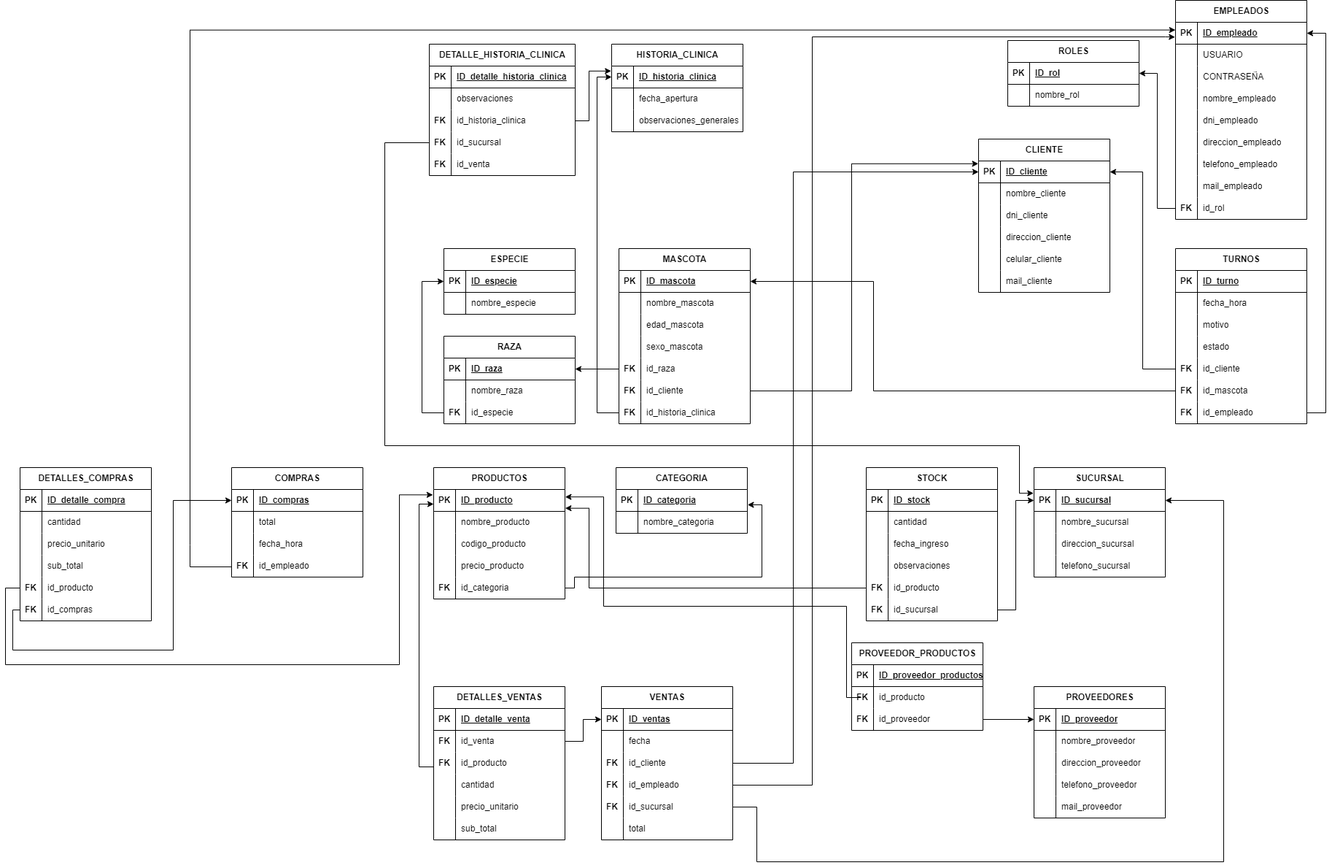
This is documentos/DER.drawio.png from Davidvg29/softvet, a draw.io export, as it was before one commit. Source tidied: cells renumbered, new cells last; positions are measured from the earlier drawing's top-left corner, leaving out a move shared by most shapes.
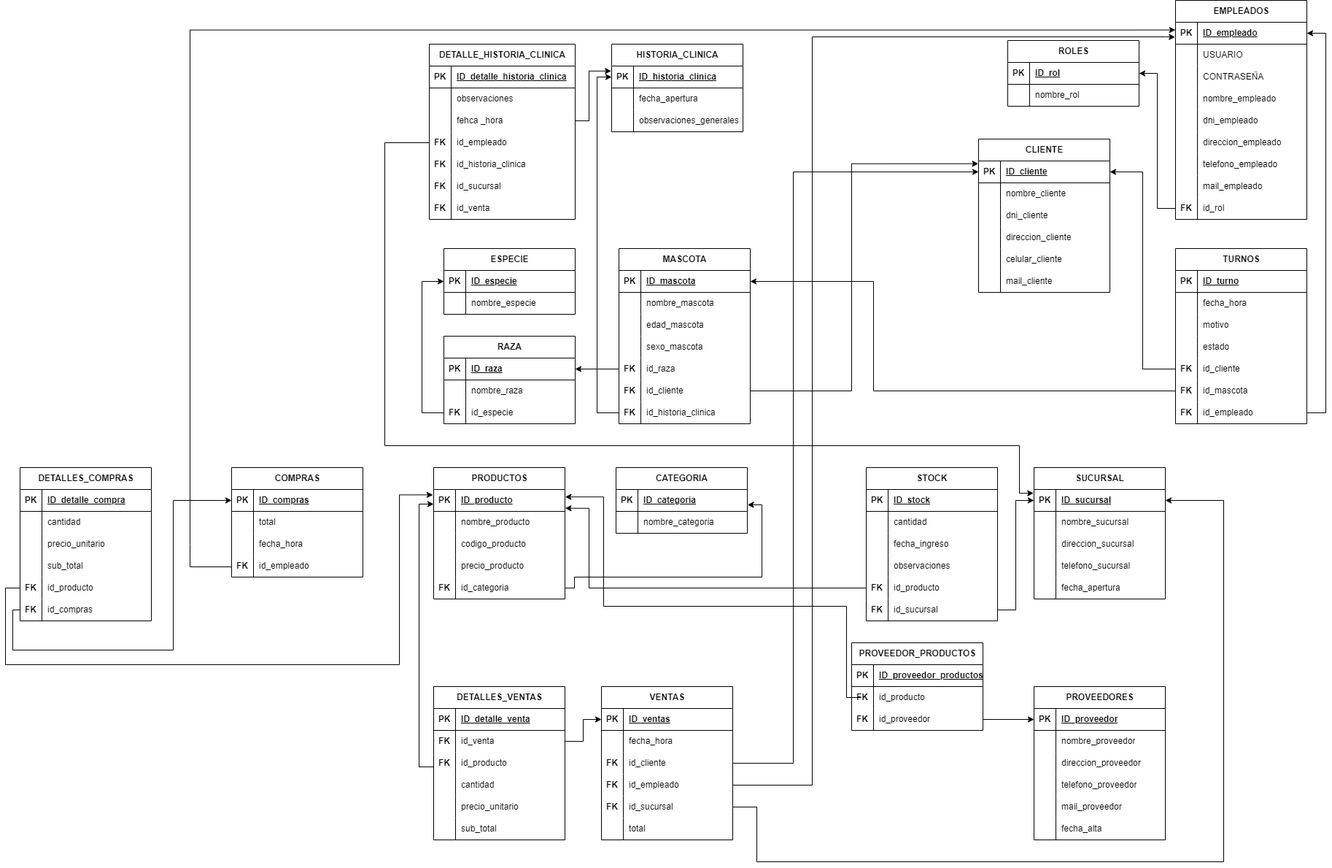
After the commit.

The edit, as a diff of the source:
```diff
@@ -174,7 +174,7 @@
       <mxGeometry x="30" width="150" height="30" as="geometry" />
     </mxCell>
     <mxCell id="59" value="PROVEEDORES" style="shape=table;startSize=30;rowLines=0;fontStyle=1;align=center;html=1;" parent="1" vertex="1">
-      <mxGeometry x="1410" y="940" width="180" height="180" as="geometry" />
+      <mxGeometry x="1410" y="940" width="180" height="210" as="geometry" />
     </mxCell>
     <mxCell id="60" style="shape=tableRow;horizontal=0;startSize=0;swimlaneHead=0;swimlaneBody=0;fillColor=none;points=[[0,0.5],[1,0.5]];portConstraint=eastwest;top=0;left=0;right=0;bottom=1;" parent="59" vertex="1">
       <mxGeometry y="30" width="180" height="30" as="geometry" />
@@ -221,8 +221,17 @@
     <mxCell id="74" value="mail_proveedor" style="shape=partialRectangle;fillColor=none;top=0;left=0;bottom=0;right=0;align=left;spacingLeft=6;overflow=hidden;whiteSpace=wrap;html=1;" parent="72" vertex="1">
       <mxGeometry x="30" width="150" height="30" as="geometry" />
     </mxCell>
+    <mxCell id="318" style="shape=tableRow;horizontal=0;startSize=0;swimlaneHead=0;swimlaneBody=0;fillColor=none;top=0;left=0;right=0;bottom=0;" parent="59" vertex="1">
+      <mxGeometry y="180" width="180" height="30" as="geometry" />
+    </mxCell>
+    <mxCell id="319" style="shape=partialRectangle;fillColor=none;top=0;left=0;bottom=0;right=0;overflow=hidden;whiteSpace=wrap;html=1;" parent="318" vertex="1">
+      <mxGeometry width="30" height="30" as="geometry" />
+    </mxCell>
+    <mxCell id="320" value="fecha_alta" style="shape=partialRectangle;fillColor=none;top=0;left=0;bottom=0;right=0;align=left;spacingLeft=6;overflow=hidden;whiteSpace=wrap;html=1;" parent="318" vertex="1">
+      <mxGeometry x="30" width="150" height="30" as="geometry" />
+    </mxCell>
     <mxCell id="75" value="SUCURSAL" style="shape=table;startSize=30;rowLines=0;fontStyle=1;align=center;html=1;" parent="1" vertex="1">
-      <mxGeometry x="1410" y="640" width="180" height="150" as="geometry" />
+      <mxGeometry x="1410" y="640" width="180" height="180" as="geometry" />
     </mxCell>
     <mxCell id="76" style="shape=tableRow;horizontal=0;startSize=0;swimlaneHead=0;swimlaneBody=0;fillColor=none;points=[[0,0.5],[1,0.5]];portConstraint=eastwest;top=0;left=0;right=0;bottom=1;" parent="75" vertex="1">
       <mxGeometry y="30" width="180" height="30" as="geometry" />
@@ -260,6 +269,15 @@
     <mxCell id="87" value="telefono_sucursal" style="shape=partialRectangle;fillColor=none;top=0;left=0;bottom=0;right=0;align=left;spacingLeft=6;overflow=hidden;whiteSpace=wrap;html=1;" parent="85" vertex="1">
       <mxGeometry x="30" width="150" height="30" as="geometry" />
     </mxCell>
+    <mxCell id="321" style="shape=tableRow;horizontal=0;startSize=0;swimlaneHead=0;swimlaneBody=0;fillColor=none;top=0;left=0;right=0;bottom=0;" parent="75" vertex="1">
+      <mxGeometry y="150" width="180" height="30" as="geometry" />
+    </mxCell>
+    <mxCell id="322" style="shape=partialRectangle;fillColor=none;top=0;left=0;bottom=0;right=0;overflow=hidden;whiteSpace=wrap;html=1;" parent="321" vertex="1">
+      <mxGeometry width="30" height="30" as="geometry" />
+    </mxCell>
+    <mxCell id="323" value="fecha_apertura" style="shape=partialRectangle;fillColor=none;top=0;left=0;bottom=0;right=0;align=left;spacingLeft=6;overflow=hidden;whiteSpace=wrap;html=1;" parent="321" vertex="1">
+      <mxGeometry x="30" width="150" height="30" as="geometry" />
+    </mxCell>
     <mxCell id="88" value="EMPLEADOS" style="shape=table;startSize=30;rowLines=0;fontStyle=1;align=center;html=1;" parent="1" vertex="1">
       <mxGeometry x="1604" width="180" height="300" as="geometry" />
     </mxCell>
@@ -362,7 +380,7 @@
     <mxCell id="121" style="shape=partialRectangle;fillColor=none;top=0;left=0;bottom=0;right=0;overflow=hidden;whiteSpace=wrap;html=1;" parent="120" vertex="1">
       <mxGeometry width="30" height="30" as="geometry" />
     </mxCell>
-    <mxCell id="122" value="fecha" style="shape=partialRectangle;fillColor=none;top=0;left=0;bottom=0;right=0;align=left;spacingLeft=6;overflow=hidden;whiteSpace=wrap;html=1;" parent="120" vertex="1">
+    <mxCell id="122" value="fecha_hora" style="shape=partialRectangle;fillColor=none;top=0;left=0;bottom=0;right=0;align=left;spacingLeft=6;overflow=hidden;whiteSpace=wrap;html=1;" parent="120" vertex="1">
       <mxGeometry x="30" width="150" height="30" as="geometry" />
     </mxCell>
     <mxCell id="123" style="shape=tableRow;horizontal=0;startSize=0;swimlaneHead=0;swimlaneBody=0;fillColor=none;points=[[0,0.5],[1,0.5]];portConstraint=eastwest;top=0;left=0;right=0;bottom=0;" parent="116" vertex="1">
@@ -796,7 +814,7 @@
       <mxGeometry x="30" width="150" height="30" as="geometry" />
     </mxCell>
     <mxCell id="257" value="DETALLE_HISTORIA_CLINICA" style="shape=table;startSize=30;rowLines=0;fontStyle=1;align=center;html=1;" parent="1" vertex="1">
-      <mxGeometry x="581" y="60" width="200" height="180" as="geometry" />
+      <mxGeometry x="581" y="60" width="200" height="240" as="geometry" />
     </mxCell>
     <mxCell id="258" style="shape=tableRow;horizontal=0;startSize=0;swimlaneHead=0;swimlaneBody=0;fillColor=none;top=0;left=0;right=0;bottom=1;" parent="257" vertex="1">
       <mxGeometry y="30" width="200" height="30" as="geometry" />
@@ -816,8 +834,26 @@
     <mxCell id="263" value="observaciones" style="shape=partialRectangle;fillColor=none;top=0;left=0;bottom=0;right=0;align=left;spacingLeft=6;overflow=hidden;whiteSpace=wrap;html=1;" parent="261" vertex="1">
       <mxGeometry x="30" width="170" height="30" as="geometry" />
     </mxCell>
+    <mxCell id="324" style="shape=tableRow;horizontal=0;startSize=0;swimlaneHead=0;swimlaneBody=0;fillColor=none;top=0;left=0;right=0;bottom=0;" parent="257" vertex="1">
+      <mxGeometry y="90" width="200" height="30" as="geometry" />
+    </mxCell>
+    <mxCell id="325" style="shape=partialRectangle;fillColor=none;top=0;left=0;bottom=0;right=0;overflow=hidden;whiteSpace=wrap;html=1;" parent="324" vertex="1">
+      <mxGeometry width="30" height="30" as="geometry" />
+    </mxCell>
+    <mxCell id="326" value="fehca _hora" style="shape=partialRectangle;fillColor=none;top=0;left=0;bottom=0;right=0;align=left;spacingLeft=6;overflow=hidden;whiteSpace=wrap;html=1;" parent="324" vertex="1">
+      <mxGeometry x="30" width="170" height="30" as="geometry" />
+    </mxCell>
+    <mxCell id="327" style="shape=tableRow;horizontal=0;startSize=0;swimlaneHead=0;swimlaneBody=0;fillColor=none;top=0;left=0;right=0;bottom=0;" parent="257" vertex="1">
+      <mxGeometry y="120" width="200" height="30" as="geometry" />
+    </mxCell>
+    <mxCell id="328" value="&lt;b&gt;FK&lt;/b&gt;" style="shape=partialRectangle;fillColor=none;top=0;left=0;bottom=0;right=0;overflow=hidden;whiteSpace=wrap;html=1;" parent="327" vertex="1">
+      <mxGeometry width="30" height="30" as="geometry" />
+    </mxCell>
+    <mxCell id="329" value="id_empleado" style="shape=partialRectangle;fillColor=none;top=0;left=0;bottom=0;right=0;align=left;spacingLeft=6;overflow=hidden;whiteSpace=wrap;html=1;" parent="327" vertex="1">
+      <mxGeometry x="30" width="170" height="30" as="geometry" />
+    </mxCell>
     <mxCell id="264" style="shape=tableRow;horizontal=0;startSize=0;swimlaneHead=0;swimlaneBody=0;fillColor=none;points=[[0,0.5],[1,0.5]];portConstraint=eastwest;top=0;left=0;right=0;bottom=0;" parent="257" vertex="1">
-      <mxGeometry y="90" width="200" height="30" as="geometry" />
+      <mxGeometry y="150" width="200" height="30" as="geometry" />
     </mxCell>
     <mxCell id="265" value="&lt;b&gt;FK&lt;/b&gt;" style="shape=partialRectangle;fillColor=none;top=0;left=0;bottom=0;right=0;overflow=hidden;whiteSpace=wrap;html=1;" parent="264" vertex="1">
       <mxGeometry width="30" height="30" as="geometry" />
@@ -826,7 +862,7 @@
       <mxGeometry x="30" width="170" height="30" as="geometry" />
     </mxCell>
     <mxCell id="267" style="shape=tableRow;horizontal=0;startSize=0;swimlaneHead=0;swimlaneBody=0;fillColor=none;points=[[0,0.5],[1,0.5]];portConstraint=eastwest;top=0;left=0;right=0;bottom=0;" parent="257" vertex="1">
-      <mxGeometry y="120" width="200" height="30" as="geometry" />
+      <mxGeometry y="180" width="200" height="30" as="geometry" />
     </mxCell>
     <mxCell id="268" value="&lt;b&gt;FK&lt;/b&gt;" style="shape=partialRectangle;fillColor=none;top=0;left=0;bottom=0;right=0;overflow=hidden;whiteSpace=wrap;html=1;" parent="267" vertex="1">
       <mxGeometry width="30" height="30" as="geometry" />
@@ -835,7 +871,7 @@
       <mxGeometry x="30" width="170" height="30" as="geometry" />
     </mxCell>
     <mxCell id="270" style="shape=tableRow;horizontal=0;startSize=0;swimlaneHead=0;swimlaneBody=0;fillColor=none;top=0;left=0;right=0;bottom=0;" parent="257" vertex="1">
-      <mxGeometry y="150" width="200" height="30" as="geometry" />
+      <mxGeometry y="210" width="200" height="30" as="geometry" />
     </mxCell>
     <mxCell id="271" value="&lt;b&gt;FK&lt;/b&gt;" style="shape=partialRectangle;fillColor=none;top=0;left=0;bottom=0;right=0;overflow=hidden;whiteSpace=wrap;html=1;" parent="270" vertex="1">
       <mxGeometry width="30" height="30" as="geometry" />
@@ -995,7 +1031,7 @@
     <mxCell id="311" value="id_compras" style="shape=partialRectangle;fillColor=none;top=0;left=0;bottom=0;right=0;align=left;spacingLeft=6;overflow=hidden;whiteSpace=wrap;html=1;" parent="309" vertex="1">
       <mxGeometry x="30" width="150" height="30" as="geometry" />
     </mxCell>
-    <mxCell id="312" style="edgeStyle=orthogonalEdgeStyle;rounded=0;jettySize=auto;html=1;exitX=1;exitY=0.5;exitDx=0;exitDy=0;" parent="1" edge="1" source="x" target="201">
+    <mxCell id="312" style="edgeStyle=orthogonalEdgeStyle;rounded=0;jettySize=auto;html=1;exitX=1;exitY=0.5;exitDx=0;exitDy=0;" parent="1" edge="1" target="201">
       <mxGeometry relative="1" as="geometry">
         <Array as="points">
           <mxPoint x="510" y="775" />
```
